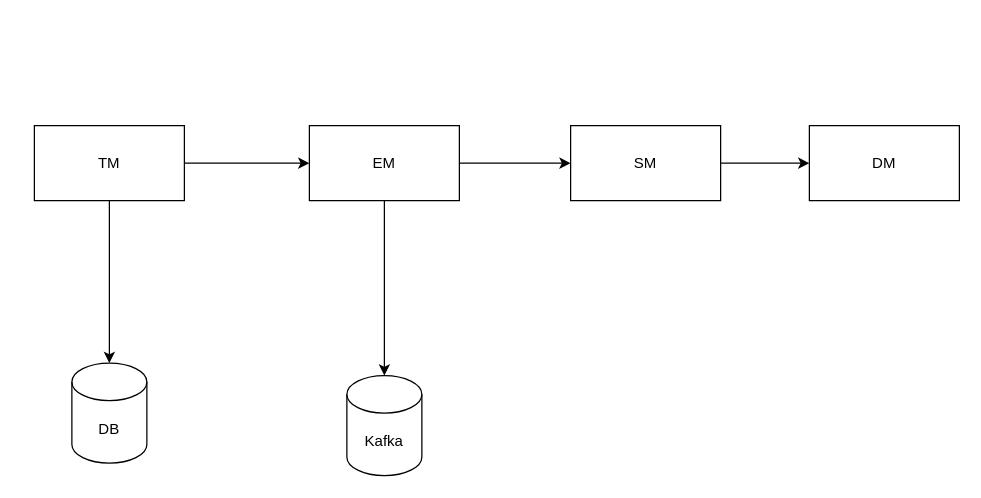
wooosang/DMS keeps this draw.io diagram as page "Page-5" (5 of 5) of DMS.drawio. Above is the earlier version. Source tidied: cells renumbered, new cells numbered last; positions are measured from the earlier drawing's top-left corner, leaving out a move shared by most shapes. Both pictures are drawn from the tidied source at 125%, with x=0, y=0 at pixel (34, 125).
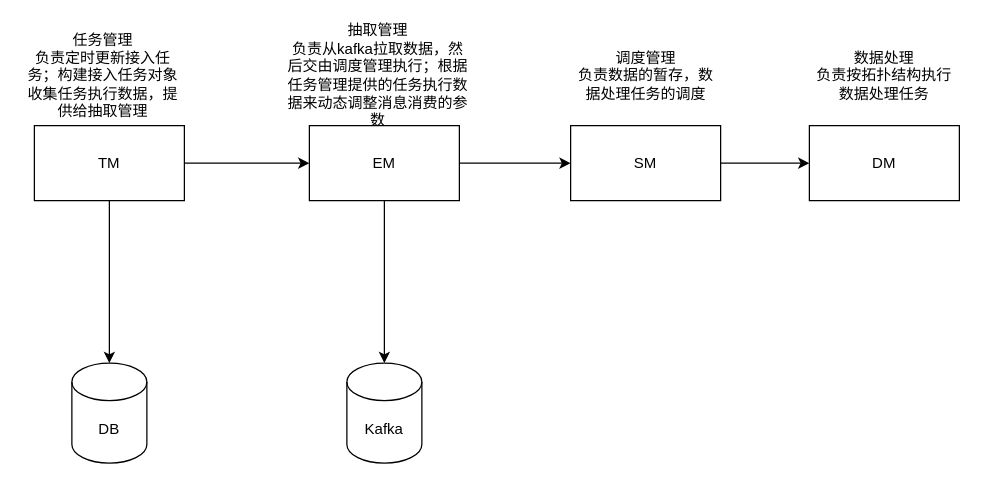
The same diagram, later.

What changed in the source:
```diff
@@
 <mxGraphModel>
   <root>
     <mxCell id="0" />
     <mxCell id="1" parent="0" />
     <mxCell id="2" style="edgeStyle=orthogonalEdgeStyle;rounded=0;jettySize=auto;html=1;fillColor=#3333FF;" parent="1" edge="1" source="4" target="8">
       <mxGeometry relative="1" as="geometry" />
     </mxCell>
     <mxCell id="3" style="edgeStyle=orthogonalEdgeStyle;rounded=0;jettySize=auto;html=1;entryX=0;entryY=0.5;entryDx=0;entryDy=0;" parent="1" edge="1" source="4" target="7">
       <mxGeometry relative="1" as="geometry" />
     </mxCell>
     <mxCell id="4" value="TM" style="rounded=0;whiteSpace=wrap;html=1;" parent="1" vertex="1">
       <mxGeometry width="120" height="60" as="geometry" />
     </mxCell>
     <mxCell id="5" style="edgeStyle=orthogonalEdgeStyle;rounded=0;jettySize=auto;html=1;entryX=0.5;entryY=0;entryDx=0;entryDy=0;entryPerimeter=0;fillColor=#3333FF;" parent="1" edge="1" source="7" target="9">
       <mxGeometry relative="1" as="geometry" />
     </mxCell>
     <mxCell id="6" style="edgeStyle=orthogonalEdgeStyle;rounded=0;jettySize=auto;html=1;entryX=0;entryY=0.5;entryDx=0;entryDy=0;fillColor=#3333FF;" parent="1" edge="1" source="7" target="11">
       <mxGeometry relative="1" as="geometry" />
     </mxCell>
     <mxCell id="7" value="EM" style="rounded=0;whiteSpace=wrap;html=1;" parent="1" vertex="1">
       <mxGeometry x="220" width="120" height="60" as="geometry" />
     </mxCell>
     <mxCell id="8" value="DB" style="shape=cylinder3;whiteSpace=wrap;html=1;boundedLbl=1;backgroundOutline=1;size=15;" parent="1" vertex="1">
       <mxGeometry x="30" y="190" width="60" height="80" as="geometry" />
     </mxCell>
     <mxCell id="9" value="Kafka" style="shape=cylinder3;whiteSpace=wrap;html=1;boundedLbl=1;backgroundOutline=1;size=15;" parent="1" vertex="1">
-      <mxGeometry x="250" y="200" width="60" height="80" as="geometry" />
+      <mxGeometry x="250" y="190" width="60" height="80" as="geometry" />
     </mxCell>
     <mxCell id="10" style="edgeStyle=orthogonalEdgeStyle;rounded=0;jettySize=auto;html=1;entryX=0;entryY=0.5;entryDx=0;entryDy=0;fillColor=#3333FF;" parent="1" edge="1" source="11" target="12">
       <mxGeometry relative="1" as="geometry" />
     </mxCell>
     <mxCell id="11" value="SM" style="rounded=0;whiteSpace=wrap;html=1;" parent="1" vertex="1">
       <mxGeometry x="429" width="120" height="60" as="geometry" />
     </mxCell>
     <mxCell id="12" value="DM" style="rounded=0;whiteSpace=wrap;html=1;" parent="1" vertex="1">
       <mxGeometry x="620" width="120" height="60" as="geometry" />
     </mxCell>
+    <mxCell id="13" value="任务管理&#10;负责定时更新接入任务；构建接入任务对象&#10;收集任务执行数据，提供给抽取管理" style="text;strokeColor=none;fillColor=none;align=center;verticalAlign=middle;whiteSpace=wrap;rounded=0;" parent="1" vertex="1">
+      <mxGeometry x="-10" y="-50" width="130" height="20" as="geometry" />
+    </mxCell>
+    <mxCell id="14" value="抽取管理&lt;br&gt;负责从kafka拉取数据，然后交由调度管理执行；根据任务管理提供的任务执行数据来动态调整消息消费的参数" style="text;html=1;strokeColor=none;fillColor=none;align=center;verticalAlign=middle;whiteSpace=wrap;rounded=0;" parent="1" vertex="1">
+      <mxGeometry x="200" y="-50" width="150" height="20" as="geometry" />
+    </mxCell>
+    <mxCell id="15" value="调度管理&lt;br&gt;负责数据的暂存，数据处理任务的调度" style="text;html=1;strokeColor=none;fillColor=none;align=center;verticalAlign=middle;whiteSpace=wrap;rounded=0;" parent="1" vertex="1">
+      <mxGeometry x="429" y="-50" width="121" height="20" as="geometry" />
+    </mxCell>
+    <mxCell id="16" value="数据处理&lt;br&gt;负责按拓扑结构执行数据处理任务" style="text;html=1;strokeColor=none;fillColor=none;align=center;verticalAlign=middle;whiteSpace=wrap;rounded=0;" parent="1" vertex="1">
+      <mxGeometry x="620" y="-50" width="120" height="20" as="geometry" />
+    </mxCell>
   </root>
 </mxGraphModel>
```
